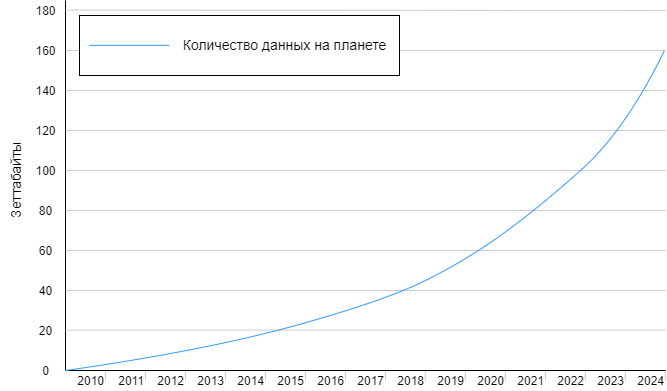
Above: images/0datacreate.png in datasciencefefu/course (draw.io), before the change. Source tidied: cells renumbered, new cells last; positions are measured from the earlier drawing's top-left corner, leaving out a move shared by most shapes. Source of this version:
```xml
<mxGraphModel>
  <root>
    <mxCell id="0" />
    <mxCell id="1" parent="0" />
    <mxCell id="2" style="endArrow=none;html=1;strokeColor=#CCCCCC;" parent="1" edge="1">
      <mxGeometry relative="1" as="geometry">
        <mxPoint x="145" y="440" as="sourcePoint" />
        <mxPoint x="145" y="430" as="targetPoint" />
      </mxGeometry>
    </mxCell>
    <mxCell id="3" style="endArrow=none;html=1;strokeColor=#CCCCCC;" parent="1" edge="1">
      <mxGeometry relative="1" as="geometry">
        <mxPoint x="185" y="440" as="sourcePoint" />
        <mxPoint x="185" y="430" as="targetPoint" />
      </mxGeometry>
    </mxCell>
    <mxCell id="4" style="endArrow=none;html=1;strokeColor=#CCCCCC;" parent="1" edge="1">
      <mxGeometry relative="1" as="geometry">
        <mxPoint x="225" y="440" as="sourcePoint" />
        <mxPoint x="225" y="430" as="targetPoint" />
      </mxGeometry>
    </mxCell>
    <mxCell id="5" style="endArrow=none;html=1;strokeColor=#CCCCCC;" parent="1" edge="1">
      <mxGeometry relative="1" as="geometry">
        <mxPoint x="265" y="440" as="sourcePoint" />
        <mxPoint x="265" y="430" as="targetPoint" />
      </mxGeometry>
    </mxCell>
    <mxCell id="6" style="endArrow=none;html=1;strokeColor=#CCCCCC;" parent="1" edge="1">
      <mxGeometry relative="1" as="geometry">
        <mxPoint x="305" y="440" as="sourcePoint" />
        <mxPoint x="305" y="430" as="targetPoint" />
      </mxGeometry>
    </mxCell>
    <mxCell id="7" style="endArrow=none;html=1;strokeColor=#CCCCCC;" parent="1" edge="1">
      <mxGeometry relative="1" as="geometry">
        <mxPoint x="345" y="440" as="sourcePoint" />
        <mxPoint x="345" y="430" as="targetPoint" />
      </mxGeometry>
    </mxCell>
    <mxCell id="8" style="endArrow=none;html=1;strokeColor=#CCCCCC;" parent="1" edge="1">
      <mxGeometry relative="1" as="geometry">
        <mxPoint x="385" y="440" as="sourcePoint" />
        <mxPoint x="385" y="430" as="targetPoint" />
      </mxGeometry>
    </mxCell>
    <mxCell id="9" style="endArrow=none;html=1;strokeColor=#CCCCCC;" parent="1" edge="1">
      <mxGeometry relative="1" as="geometry">
        <mxPoint x="424.8" y="440" as="sourcePoint" />
        <mxPoint x="424.8" y="430" as="targetPoint" />
      </mxGeometry>
    </mxCell>
    <mxCell id="10" style="endArrow=none;html=1;strokeColor=#CCCCCC;" parent="1" edge="1">
      <mxGeometry relative="1" as="geometry">
        <mxPoint x="464.8" y="440" as="sourcePoint" />
        <mxPoint x="464.8" y="430" as="targetPoint" />
      </mxGeometry>
    </mxCell>
    <mxCell id="11" style="endArrow=none;html=1;strokeColor=#CCCCCC;" parent="1" edge="1">
      <mxGeometry relative="1" as="geometry">
        <mxPoint x="504.8" y="440" as="sourcePoint" />
        <mxPoint x="504.8" y="430" as="targetPoint" />
      </mxGeometry>
    </mxCell>
    <mxCell id="12" style="endArrow=none;html=1;strokeColor=#CCCCCC;" parent="1" edge="1">
      <mxGeometry relative="1" as="geometry">
        <mxPoint x="545" y="440" as="sourcePoint" />
        <mxPoint x="545" y="430" as="targetPoint" />
      </mxGeometry>
    </mxCell>
    <mxCell id="13" style="endArrow=none;html=1;strokeColor=#CCCCCC;" parent="1" edge="1">
      <mxGeometry relative="1" as="geometry">
        <mxPoint x="584.8" y="440" as="sourcePoint" />
        <mxPoint x="584.8" y="430" as="targetPoint" />
      </mxGeometry>
    </mxCell>
    <mxCell id="14" style="endArrow=none;html=1;strokeColor=#CCCCCC;" parent="1" edge="1">
      <mxGeometry relative="1" as="geometry">
        <mxPoint x="624.8" y="440" as="sourcePoint" />
        <mxPoint x="624.8" y="430" as="targetPoint" />
      </mxGeometry>
    </mxCell>
    <mxCell id="15" style="endArrow=none;html=1;strokeColor=#CCCCCC;" parent="1" edge="1">
      <mxGeometry relative="1" as="geometry">
        <mxPoint x="664.8" y="440" as="sourcePoint" />
        <mxPoint x="664.8" y="430" as="targetPoint" />
      </mxGeometry>
    </mxCell>
    <mxCell id="16" style="endArrow=none;html=1;strokeColor=#CCCCCC;" parent="1" edge="1">
      <mxGeometry relative="1" as="geometry">
        <mxPoint x="105" y="440" as="sourcePoint" />
        <mxPoint x="105" y="430" as="targetPoint" />
      </mxGeometry>
    </mxCell>
    <mxCell id="17" style="shape=partialRectangle;whiteSpace=wrap;html=1;top=0;left=0;fillColor=none;rotation=-180;flipV=1;" parent="1" vertex="1">
      <mxGeometry x="65" y="60" width="600" height="370" as="geometry" />
    </mxCell>
    <mxCell id="18" style="endArrow=none;html=1;exitX=1;exitY=0.9;exitDx=0;exitDy=0;exitPerimeter=0;strokeColor=#CCCCCC;" parent="1" edge="1">
      <mxGeometry relative="1" as="geometry">
        <mxPoint x="65" y="150" as="sourcePoint" />
        <mxPoint x="665" y="150" as="targetPoint" />
      </mxGeometry>
    </mxCell>
    <mxCell id="19" style="endArrow=none;html=1;exitX=1;exitY=0.9;exitDx=0;exitDy=0;exitPerimeter=0;strokeColor=#CCCCCC;" parent="1" edge="1">
      <mxGeometry relative="1" as="geometry">
        <mxPoint x="65" y="110" as="sourcePoint" />
        <mxPoint x="665" y="110" as="targetPoint" />
      </mxGeometry>
    </mxCell>
    <mxCell id="20" style="endArrow=none;html=1;exitX=1;exitY=0.9;exitDx=0;exitDy=0;exitPerimeter=0;strokeColor=#CCCCCC;" parent="1" edge="1">
      <mxGeometry relative="1" as="geometry">
        <mxPoint x="65" y="389.6" as="sourcePoint" />
        <mxPoint x="665" y="389.6" as="targetPoint" />
      </mxGeometry>
    </mxCell>
    <mxCell id="21" style="endArrow=none;html=1;exitX=1;exitY=0.9;exitDx=0;exitDy=0;exitPerimeter=0;strokeColor=#CCCCCC;" parent="1" edge="1">
      <mxGeometry relative="1" as="geometry">
        <mxPoint x="65" y="350" as="sourcePoint" />
        <mxPoint x="665" y="350" as="targetPoint" />
      </mxGeometry>
    </mxCell>
    <mxCell id="22" style="endArrow=none;html=1;exitX=1;exitY=0.9;exitDx=0;exitDy=0;exitPerimeter=0;strokeColor=#CCCCCC;" parent="1" edge="1">
      <mxGeometry relative="1" as="geometry">
        <mxPoint x="65" y="310" as="sourcePoint" />
        <mxPoint x="665" y="310" as="targetPoint" />
      </mxGeometry>
    </mxCell>
    <mxCell id="23" style="endArrow=none;html=1;exitX=1;exitY=0.9;exitDx=0;exitDy=0;exitPerimeter=0;strokeColor=#CCCCCC;" parent="1" edge="1">
      <mxGeometry relative="1" as="geometry">
        <mxPoint x="65" y="270" as="sourcePoint" />
        <mxPoint x="665" y="270" as="targetPoint" />
      </mxGeometry>
    </mxCell>
    <mxCell id="24" style="endArrow=none;html=1;exitX=1;exitY=0.9;exitDx=0;exitDy=0;exitPerimeter=0;strokeColor=#CCCCCC;" parent="1" edge="1">
      <mxGeometry relative="1" as="geometry">
        <mxPoint x="65" y="230" as="sourcePoint" />
        <mxPoint x="665" y="230" as="targetPoint" />
      </mxGeometry>
    </mxCell>
    <mxCell id="25" style="endArrow=none;html=1;exitX=1;exitY=0.9;exitDx=0;exitDy=0;exitPerimeter=0;strokeColor=#CCCCCC;" parent="1" edge="1">
      <mxGeometry relative="1" as="geometry">
        <mxPoint x="65" y="190" as="sourcePoint" />
        <mxPoint x="665" y="190" as="targetPoint" />
      </mxGeometry>
    </mxCell>
    <mxCell id="26" style="curved=1;endArrow=none;html=1;exitX=1;exitY=0;exitDx=0;exitDy=0;endFill=0;strokeColor=#3399FF;" parent="1" edge="1" source="17">
      <mxGeometry relative="1" as="geometry">
        <mxPoint x="664" y="110" as="targetPoint" />
        <Array as="points">
          <mxPoint x="205" y="410" />
          <mxPoint x="385" y="360" />
          <mxPoint x="465" y="320" />
          <mxPoint x="535" y="270" />
          <mxPoint x="625" y="190" />
        </Array>
      </mxGeometry>
    </mxCell>
    <mxCell id="27" value="20" style="text;html=1;align=center;verticalAlign=middle;strokeColor=none;" parent="1" vertex="1">
      <mxGeometry x="30" y="380" width="30" height="20" as="geometry" />
    </mxCell>
    <mxCell id="28" value="40&lt;span style=&quot;color: rgba(0 , 0 , 0 , 0) ; font-family: monospace ; font-size: 0px&quot;&gt;%3CmxGraphModel%3E%3Croot%3E%3CmxCell%20id%3D%220%22%2F%3E%3CmxCell%20id%3D%221%22%20parent%3D%220%22%2F%3E%3CmxCell%20id%3D%222%22%20value%3D%2220%22%20style%3D%22text%3Bhtml%3D1%3Balign%3Dcenter%3BverticalAlign%3Dmiddle%3Bresizable%3D0%3Bpoints%3D%5B%5D%3Bautosize%3D1%3BstrokeColor%3Dnone%3B%22%20vertex%3D%221%22%20parent%3D%221%22%3E%3CmxGeometry%20x%3D%2245%22%20y%3D%22710%22%20width%3D%2230%22%20height%3D%2220%22%20as%3D%22geometry%22%2F%3E%3C%2FmxCell%3E%3C%2Froot%3E%3C%2FmxGraphModel%3E&lt;/span&gt;" style="text;html=1;align=center;verticalAlign=middle;strokeColor=none;" parent="1" vertex="1">
      <mxGeometry x="30" y="340" width="30" height="20" as="geometry" />
    </mxCell>
    <mxCell id="29" value="60" style="text;html=1;align=center;verticalAlign=middle;strokeColor=none;" parent="1" vertex="1">
      <mxGeometry x="30" y="300" width="30" height="20" as="geometry" />
    </mxCell>
    <mxCell id="30" value="80" style="text;html=1;align=center;verticalAlign=middle;strokeColor=none;" parent="1" vertex="1">
      <mxGeometry x="30" y="260" width="30" height="20" as="geometry" />
    </mxCell>
    <mxCell id="31" value="100" style="text;html=1;align=center;verticalAlign=middle;strokeColor=none;" parent="1" vertex="1">
      <mxGeometry x="25" y="220" width="40" height="20" as="geometry" />
    </mxCell>
    <mxCell id="32" value="120" style="text;html=1;align=center;verticalAlign=middle;strokeColor=none;" parent="1" vertex="1">
      <mxGeometry x="25" y="180" width="40" height="20" as="geometry" />
    </mxCell>
    <mxCell id="33" value="140" style="text;html=1;align=center;verticalAlign=middle;strokeColor=none;" parent="1" vertex="1">
      <mxGeometry x="25" y="140" width="40" height="20" as="geometry" />
    </mxCell>
    <mxCell id="34" value="160" style="text;html=1;align=center;verticalAlign=middle;strokeColor=none;" parent="1" vertex="1">
      <mxGeometry x="25" y="100" width="40" height="20" as="geometry" />
    </mxCell>
    <mxCell id="35" value="180" style="text;html=1;align=center;verticalAlign=middle;strokeColor=none;" parent="1" vertex="1">
      <mxGeometry x="25" y="60" width="40" height="20" as="geometry" />
    </mxCell>
    <mxCell id="36" style="endArrow=none;html=1;exitX=1;exitY=0.9;exitDx=0;exitDy=0;exitPerimeter=0;strokeColor=#CCCCCC;" parent="1" edge="1">
      <mxGeometry relative="1" as="geometry">
        <mxPoint x="65" y="69.6" as="sourcePoint" />
        <mxPoint x="665" y="70" as="targetPoint" />
      </mxGeometry>
    </mxCell>
    <mxCell id="37" value="0" style="text;html=1;align=center;verticalAlign=middle;strokeColor=none;" parent="1" vertex="1">
      <mxGeometry x="35" y="420" width="20" height="20" as="geometry" />
    </mxCell>
    <mxCell id="38" value="2010" style="text;html=1;align=right;verticalAlign=middle;strokeColor=none;" parent="1" vertex="1">
      <mxGeometry x="65" y="430" width="40" height="20" as="geometry" />
    </mxCell>
    <mxCell id="39" value="2011" style="text;html=1;align=right;verticalAlign=middle;strokeColor=none;" parent="1" vertex="1">
      <mxGeometry x="105" y="430" width="40" height="20" as="geometry" />
    </mxCell>
    <mxCell id="40" value="2012" style="text;html=1;align=right;verticalAlign=middle;strokeColor=none;" parent="1" vertex="1">
      <mxGeometry x="145" y="430" width="40" height="20" as="geometry" />
    </mxCell>
    <mxCell id="41" value="2013" style="text;html=1;align=right;verticalAlign=middle;strokeColor=none;" parent="1" vertex="1">
      <mxGeometry x="185" y="430" width="40" height="20" as="geometry" />
    </mxCell>
    <mxCell id="42" value="2014" style="text;html=1;align=right;verticalAlign=middle;strokeColor=none;" parent="1" vertex="1">
      <mxGeometry x="225" y="430" width="40" height="20" as="geometry" />
    </mxCell>
    <mxCell id="43" value="2015" style="text;html=1;align=right;verticalAlign=middle;strokeColor=none;" parent="1" vertex="1">
      <mxGeometry x="265" y="430" width="40" height="20" as="geometry" />
    </mxCell>
    <mxCell id="44" value="2016" style="text;html=1;align=right;verticalAlign=middle;strokeColor=none;" parent="1" vertex="1">
      <mxGeometry x="305" y="430" width="40" height="20" as="geometry" />
    </mxCell>
    <mxCell id="45" value="2017" style="text;html=1;align=right;verticalAlign=middle;strokeColor=none;" parent="1" vertex="1">
      <mxGeometry x="345" y="430" width="40" height="20" as="geometry" />
    </mxCell>
    <mxCell id="46" value="2018" style="text;html=1;align=right;verticalAlign=middle;strokeColor=none;" parent="1" vertex="1">
      <mxGeometry x="385" y="430" width="40" height="20" as="geometry" />
    </mxCell>
    <mxCell id="47" value="2019" style="text;html=1;align=right;verticalAlign=middle;strokeColor=none;" parent="1" vertex="1">
      <mxGeometry x="425" y="430" width="40" height="20" as="geometry" />
    </mxCell>
    <mxCell id="48" value="2020" style="text;html=1;align=right;verticalAlign=middle;strokeColor=none;" parent="1" vertex="1">
      <mxGeometry x="465" y="430" width="40" height="20" as="geometry" />
    </mxCell>
    <mxCell id="49" value="2021" style="text;html=1;align=right;verticalAlign=middle;strokeColor=none;" parent="1" vertex="1">
      <mxGeometry x="505" y="430" width="40" height="20" as="geometry" />
    </mxCell>
    <mxCell id="50" value="2022" style="text;html=1;align=right;verticalAlign=middle;strokeColor=none;" parent="1" vertex="1">
      <mxGeometry x="545" y="430" width="40" height="20" as="geometry" />
    </mxCell>
    <mxCell id="51" value="2023" style="text;html=1;align=right;verticalAlign=middle;strokeColor=none;" parent="1" vertex="1">
      <mxGeometry x="585" y="430" width="40" height="20" as="geometry" />
    </mxCell>
    <mxCell id="52" value="2024" style="text;html=1;align=right;verticalAlign=middle;strokeColor=none;" parent="1" vertex="1">
      <mxGeometry x="625" y="430" width="40" height="20" as="geometry" />
    </mxCell>
    <mxCell id="53" value="&lt;font style=&quot;font-size: 14px&quot;&gt;Зеттабайты&lt;/font&gt;" style="text;html=1;align=center;verticalAlign=middle;strokeColor=none;direction=west;horizontal=0;" parent="1" vertex="1">
      <mxGeometry y="200" width="30" height="80" as="geometry" />
    </mxCell>
    <mxCell id="54" style="rounded=0;whiteSpace=wrap;html=1;fontColor=#000000;" parent="1" vertex="1">
      <mxGeometry x="79" y="75" width="320" height="60" as="geometry" />
    </mxCell>
    <mxCell id="55" style="endArrow=none;html=1;fontColor=#000000;startArrow=none;strokeColor=#3399FF;" parent="1" edge="1">
      <mxGeometry relative="1" as="geometry">
        <mxPoint x="169" y="104.9" as="sourcePoint" />
        <mxPoint x="89" y="104.9" as="targetPoint" />
      </mxGeometry>
    </mxCell>
    <mxCell id="56" value="&lt;span style=&quot;font-size: 14px&quot;&gt;Количество данных на планете&lt;/span&gt;" style="text;html=1;align=center;verticalAlign=top;strokeColor=none;direction=west;horizontal=0;rotation=90;" parent="1" vertex="1">
      <mxGeometry x="269" width="30" height="210" as="geometry" />
    </mxCell>
  </root>
</mxGraphModel>
```
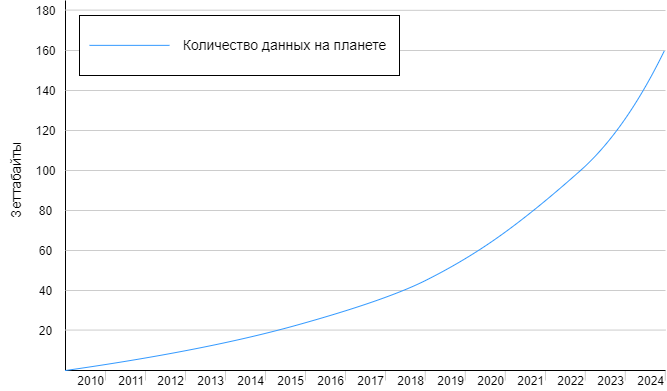
After the change.

What changed in the source:
```diff
@@ -188,9 +188,6 @@
         <mxPoint x="665" y="70" as="targetPoint" />
       </mxGeometry>
     </mxCell>
-    <mxCell id="37" value="0" style="text;html=1;align=center;verticalAlign=middle;strokeColor=none;" parent="1" vertex="1">
-      <mxGeometry x="35" y="420" width="20" height="20" as="geometry" />
-    </mxCell>
     <mxCell id="38" value="2010" style="text;html=1;align=right;verticalAlign=middle;strokeColor=none;" parent="1" vertex="1">
       <mxGeometry x="65" y="430" width="40" height="20" as="geometry" />
     </mxCell>
```
